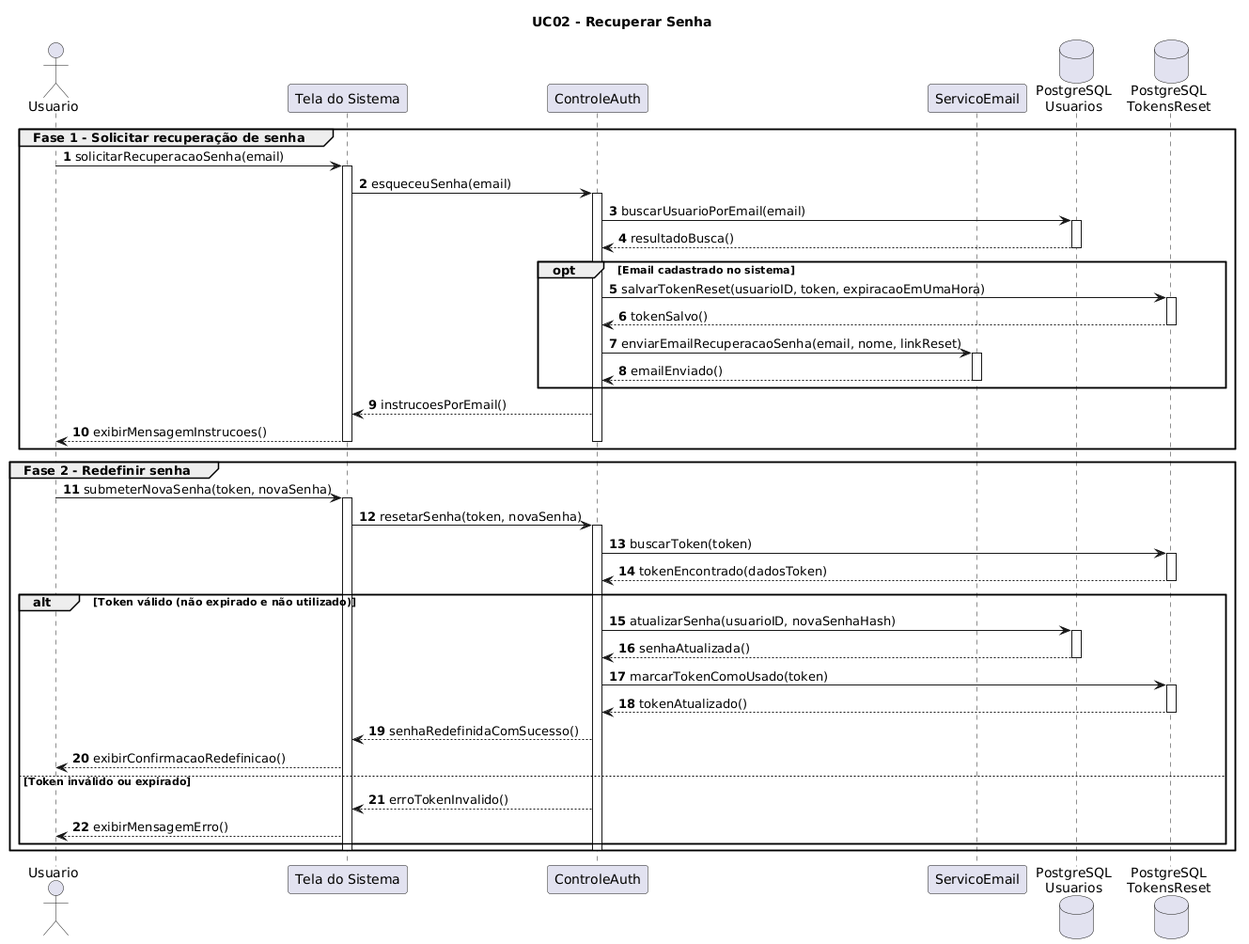
Before: docs/diagrams/sequence-diagram/images/uc-02.png, a diagram exported from PlantUML (arturbomtempo-dev/lumen-coin).
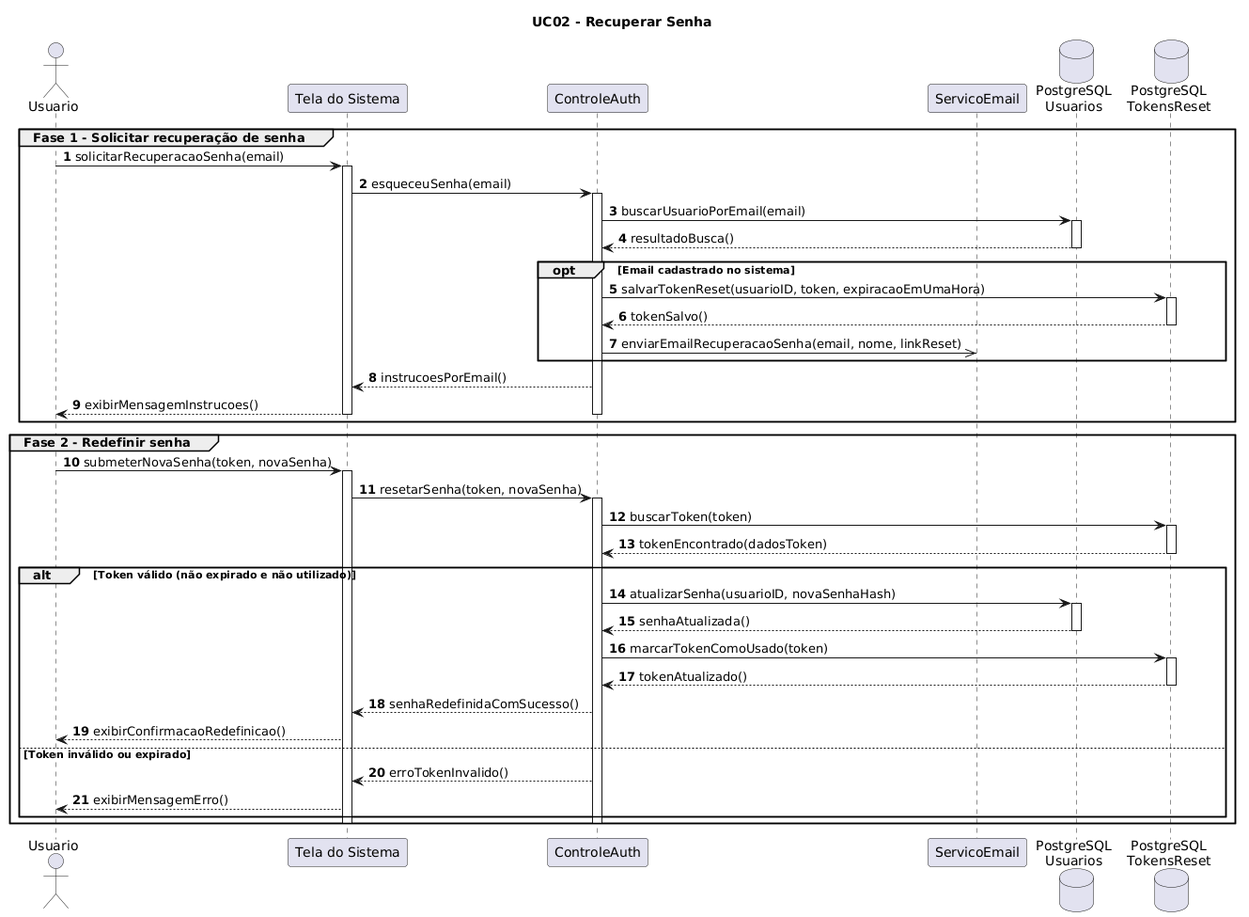
After the commit.

Diff of the diagram source:
```diff
@@ -29,10 +29,7 @@
     DBToken --> CA : tokenSalvo()
     deactivate DBToken
 
-    CA -> SE : enviarEmailRecuperacaoSenha(email, nome, linkReset)
-    activate SE
-    SE --> CA : emailEnviado()
-    deactivate SE
+    CA ->> SE : enviarEmailRecuperacaoSenha(email, nome, linkReset)
 end
 
 CA --> Tela : instrucoesPorEmail()
```
